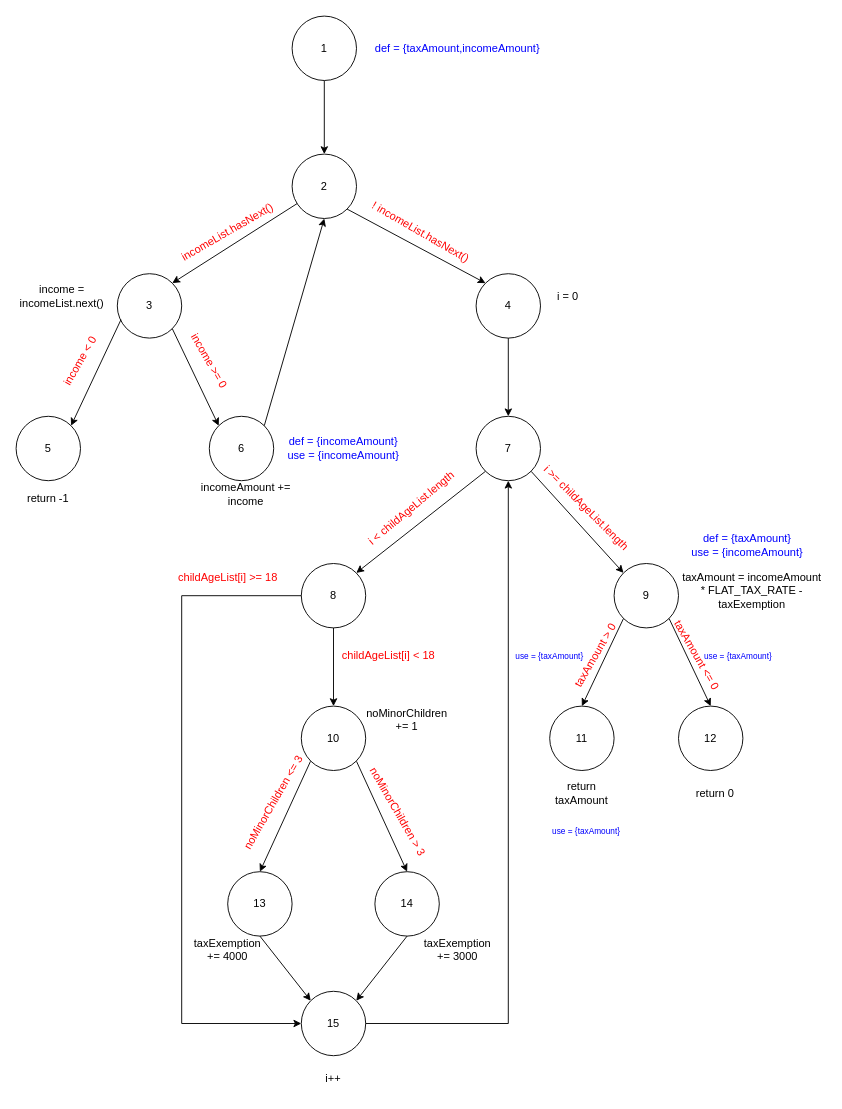
Above: page "page 2" (2 of 2) of cfg-asg1.drawio in sakib7/ml-project-versioning (draw.io), before the change. Source tidied: cells renumbered, new cells numbered last; positions are measured from the earlier drawing's top-left corner, leaving out a move shared by most shapes. Both pictures are drawn from the tidied source at 92%, with x=0, y=0 at pixel (16, 16).
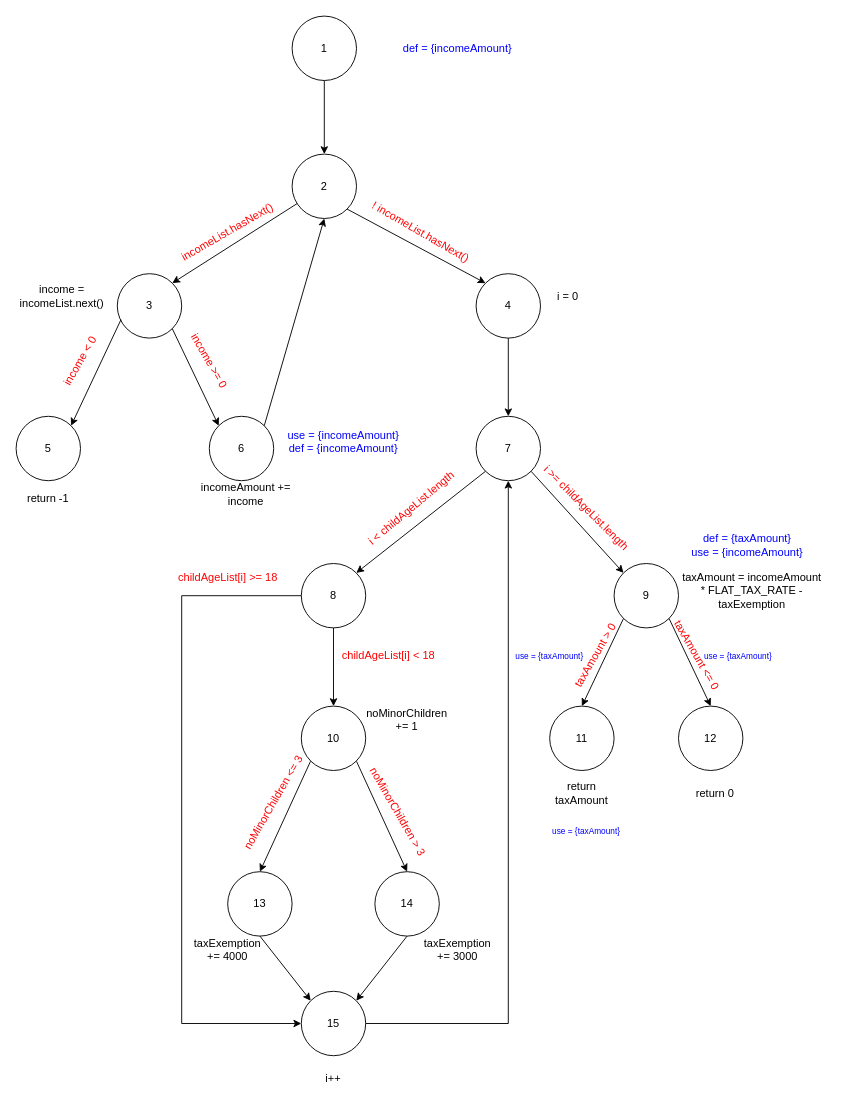
After the change.

Change to the diagram source:
```diff
@@
-    <mxCell id="58" value="&lt;font color=&quot;#0000ff&quot;&gt;def = {taxAmount,incomeAmount}&lt;/font&gt;" style="text;html=1;align=center;verticalAlign=middle;whiteSpace=wrap;rounded=0;" parent="1" vertex="1">
+    <mxCell id="58" value="&lt;font color=&quot;#0000ff&quot;&gt;def = {incomeAmount}&lt;/font&gt;" style="text;html=1;align=center;verticalAlign=middle;whiteSpace=wrap;rounded=0;" parent="1" vertex="1">
       <mxGeometry x="380" y="20" width="200" height="30" as="geometry" />
     </mxCell>
-    <mxCell id="59" value="&lt;font color=&quot;#0000ff&quot;&gt;def = {incomeAmount}&lt;/font&gt;&lt;div&gt;&lt;font color=&quot;#0000ff&quot;&gt;use = {incomeAmount}&lt;/font&gt;&lt;br&gt;&lt;/div&gt;" style="text;html=1;align=center;verticalAlign=middle;whiteSpace=wrap;rounded=0;" parent="1" vertex="1">
+    <mxCell id="59" value="&lt;div&gt;&lt;span style=&quot;color: rgb(0, 0, 255);&quot;&gt;use = {incomeAmount}&lt;/span&gt;&lt;font color=&quot;#0000ff&quot;&gt;&lt;br&gt;&lt;/font&gt;&lt;/div&gt;&lt;font color=&quot;#0000ff&quot;&gt;def = {incomeAmount}&lt;/font&gt;&lt;div&gt;&lt;br&gt;&lt;/div&gt;" style="text;html=1;align=center;verticalAlign=middle;whiteSpace=wrap;rounded=0;" parent="1" vertex="1">
       <mxGeometry x="291" y="455" width="130" height="30" as="geometry" />
     </mxCell>
```
